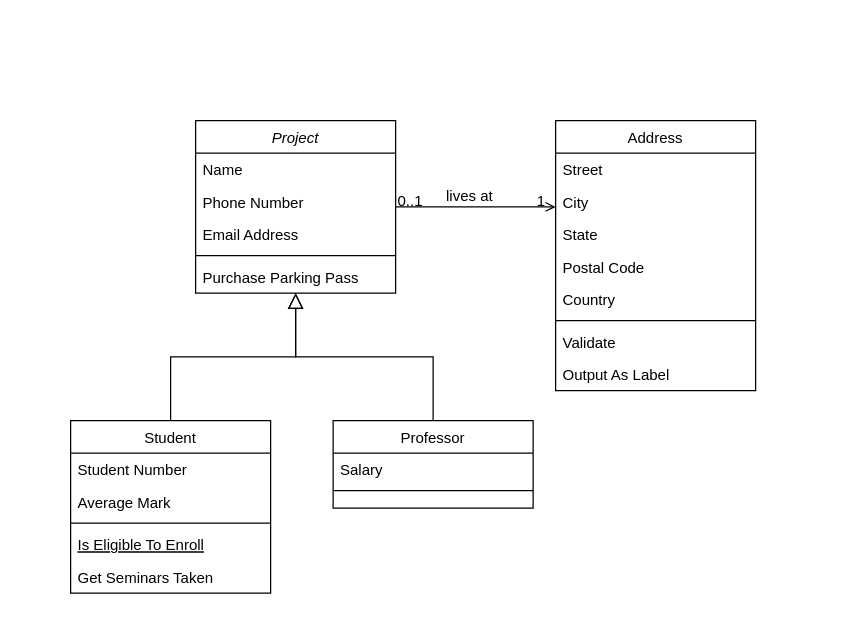
Above: Untitled Diagram.drawio in rkaznouski/wallet (draw.io), before the change. Source tidied: cells renumbered, new cells numbered last; positions are measured from the earlier drawing's top-left corner, leaving out a move shared by most shapes. Both pictures are drawn from the tidied source at 125%, with x=0, y=0 at pixel (70, 120).
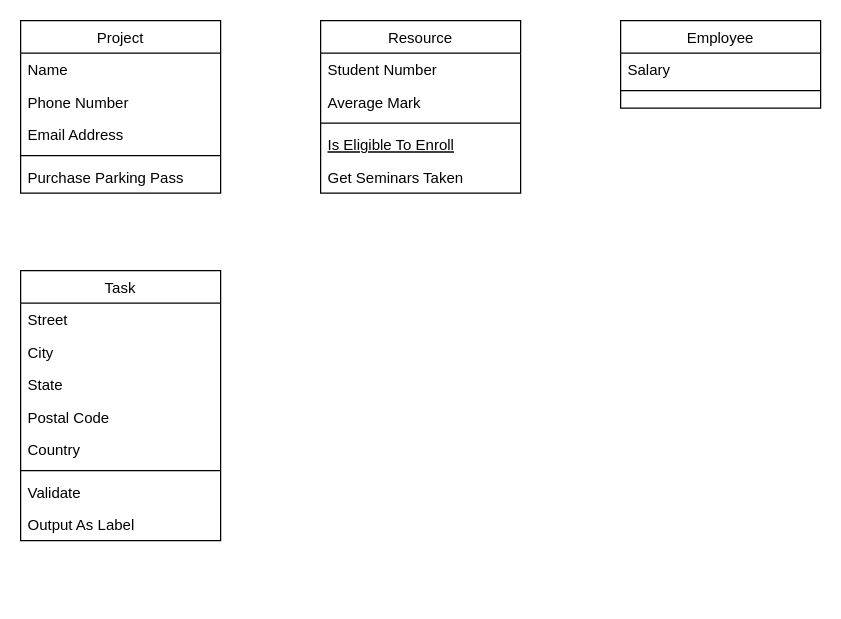
After the change.

The edit, as a diff of the source:
```diff
@@
-    <mxCell id="2" value="Project" style="swimlane;fontStyle=2;align=center;verticalAlign=top;horizontal=1;startSize=26;rounded=0;shadow=0;strokeWidth=1;" parent="1" vertex="1">
-      <mxGeometry x="100" width="160" height="138" as="geometry" />
+    <mxCell id="2" value="Project" style="swimlane;fontStyle=0;align=center;verticalAlign=top;horizontal=1;startSize=26;rounded=0;shadow=0;strokeWidth=1;" parent="1" vertex="1">
+      <mxGeometry x="-40" y="-80" width="160" height="138" as="geometry" />
     </mxCell>
@@
-    <mxCell id="8" value="Student" style="swimlane;fontStyle=0;align=center;verticalAlign=top;horizontal=1;startSize=26;rounded=0;shadow=0;strokeWidth=1;" parent="1" vertex="1">
-      <mxGeometry y="240" width="160" height="138" as="geometry" />
+    <mxCell id="8" value="Resource" style="swimlane;fontStyle=0;align=center;verticalAlign=top;horizontal=1;startSize=26;rounded=0;shadow=0;strokeWidth=1;" parent="1" vertex="1">
+      <mxGeometry x="200" y="-80" width="160" height="138" as="geometry" />
     </mxCell>
@@
-    <mxCell id="14" style="endArrow=block;endSize=10;endFill=0;shadow=0;strokeWidth=1;rounded=0;edgeStyle=elbowEdgeStyle;elbow=vertical;" parent="1" edge="1" source="8" target="2">
-      <mxGeometry relative="1" as="geometry" />
-    </mxCell>
-    <mxCell id="15" value="Professor" style="swimlane;fontStyle=0;align=center;verticalAlign=top;horizontal=1;startSize=26;rounded=0;shadow=0;strokeWidth=1;" parent="1" vertex="1">
-      <mxGeometry x="210" y="240" width="160" height="70" as="geometry" />
+    <mxCell id="15" value="Employee" style="swimlane;fontStyle=0;align=center;verticalAlign=top;horizontal=1;startSize=26;rounded=0;shadow=0;strokeWidth=1;" parent="1" vertex="1">
+      <mxGeometry x="440" y="-80" width="160" height="70" as="geometry" />
     </mxCell>
@@
-    <mxCell id="18" style="endArrow=block;endSize=10;endFill=0;shadow=0;strokeWidth=1;rounded=0;edgeStyle=elbowEdgeStyle;elbow=vertical;" parent="1" edge="1" source="15" target="2">
-      <mxGeometry relative="1" as="geometry" />
-    </mxCell>
-    <mxCell id="19" value="Address" style="swimlane;fontStyle=0;align=center;verticalAlign=top;horizontal=1;startSize=26;rounded=0;shadow=0;strokeWidth=1;" parent="1" vertex="1">
-      <mxGeometry x="388" width="160" height="216" as="geometry" />
+    <mxCell id="19" value="Task" style="swimlane;fontStyle=0;align=center;verticalAlign=top;horizontal=1;startSize=26;rounded=0;shadow=0;strokeWidth=1;" parent="1" vertex="1">
+      <mxGeometry x="-40" y="120" width="160" height="216" as="geometry" />
     </mxCell>
@@
-    <mxCell id="28" style="endArrow=open;shadow=0;strokeWidth=1;rounded=0;endFill=1;edgeStyle=elbowEdgeStyle;elbow=vertical;" parent="1" edge="1" source="2" target="19">
-      <mxGeometry x="0.5" y="41" relative="1" as="geometry">
-        <mxPoint x="-40" y="32" as="offset" />
-      </mxGeometry>
-    </mxCell>
-    <mxCell id="29" value="0..1" style="align=left;verticalAlign=bottom;labelBackgroundColor=none;fontSize=12;" parent="28" vertex="1">
-      <mxGeometry x="-1" relative="1" as="geometry">
-        <mxPoint y="4" as="offset" />
-      </mxGeometry>
-    </mxCell>
-    <mxCell id="30" value="1" style="align=right;verticalAlign=bottom;labelBackgroundColor=none;fontSize=12;" parent="28" vertex="1">
-      <mxGeometry x="1" relative="1" as="geometry">
-        <mxPoint x="-7" y="4" as="offset" />
-      </mxGeometry>
-    </mxCell>
-    <mxCell id="31" value="lives at" style="text;html=1;align=center;verticalAlign=middle;labelBackgroundColor=none;rounded=0;shadow=0;strokeWidth=1;fontSize=12;" parent="28" vertex="1">
-      <mxGeometry x="0.5" y="49" relative="1" as="geometry">
-        <mxPoint x="-38" y="40" as="offset" />
-      </mxGeometry>
-    </mxCell>
```
